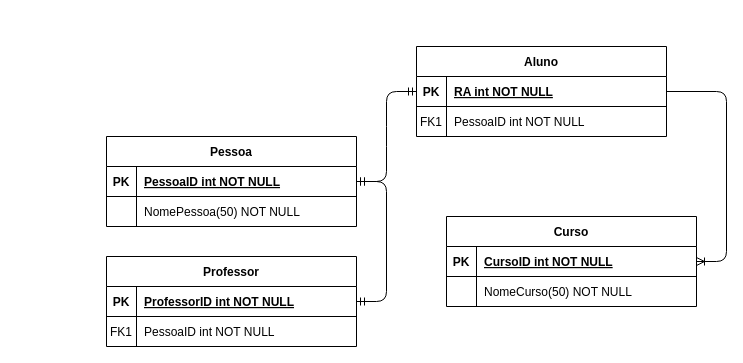
The draw.io diagram Untitled Diagram.drawio in rogerbcruz/desafio, before the edit. Source tidied: cells renumbered, new cells numbered last; positions are measured from the earlier drawing's top-left corner, leaving out a move shared by most shapes. Both pictures are drawn from the tidied source at 100%, with x=0, y=0 at pixel (106, 46).
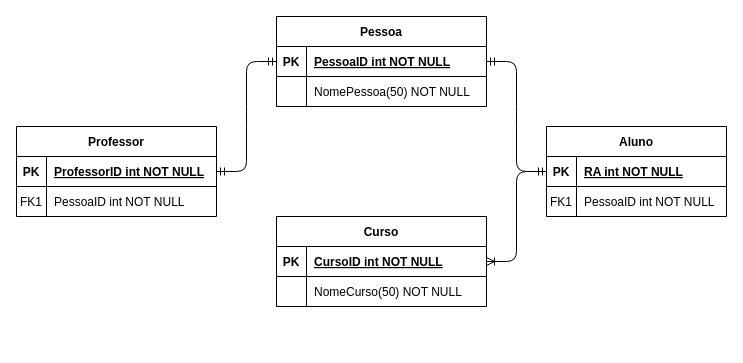
The same diagram, later.

The edit, as a diff of the source:
```diff
@@
     <mxCell id="2" value="Aluno" style="shape=table;startSize=30;childLayout=tableLayout;rowLines=0;fontStyle=1;align=center;" parent="1" vertex="1">
-      <mxGeometry x="310" width="250" height="90" as="geometry" />
+      <mxGeometry x="440" y="80" width="180" height="90" as="geometry" />
     </mxCell>
     <mxCell id="3" style="shape=partialRectangle;fillColor=none;points=[[0,0.5],[1,0.5]];portConstraint=eastwest;top=0;left=0;right=0;bottom=1;" parent="2" vertex="1">
-      <mxGeometry y="30" width="250" height="30" as="geometry" />
+      <mxGeometry y="30" width="180" height="30" as="geometry" />
     </mxCell>
@@
     <mxCell id="5" value="RA int NOT NULL" style="shape=partialRectangle;overflow=hidden;fillColor=none;top=0;left=0;bottom=0;right=0;align=left;spacingLeft=6;fontStyle=5;" parent="3" vertex="1">
-      <mxGeometry x="30" width="220" height="30" as="geometry" />
+      <mxGeometry x="30" width="150" height="30" as="geometry" />
     </mxCell>
     <mxCell id="6" style="shape=partialRectangle;fillColor=none;top=0;left=0;right=0;bottom=0;" parent="2" vertex="1">
-      <mxGeometry y="60" width="250" height="30" as="geometry" />
+      <mxGeometry y="60" width="180" height="30" as="geometry" />
     </mxCell>
@@
     <mxCell id="8" value="PessoaID int NOT NULL" style="shape=partialRectangle;overflow=hidden;fillColor=none;top=0;left=0;bottom=0;right=0;align=left;spacingLeft=6;" parent="6" vertex="1">
-      <mxGeometry x="30" width="220" height="30" as="geometry" />
+      <mxGeometry x="30" width="150" height="30" as="geometry" />
     </mxCell>
     <mxCell id="9" value="Professor" style="shape=table;startSize=30;childLayout=tableLayout;rowLines=0;fontStyle=1;align=center;" parent="1" vertex="1">
-      <mxGeometry y="210" width="250" height="90" as="geometry" />
+      <mxGeometry x="-90" y="80" width="200" height="90" as="geometry" />
     </mxCell>
     <mxCell id="10" style="shape=partialRectangle;fillColor=none;points=[[0,0.5],[1,0.5]];portConstraint=eastwest;top=0;left=0;right=0;bottom=1;" parent="9" vertex="1">
-      <mxGeometry y="30" width="250" height="30" as="geometry" />
+      <mxGeometry y="30" width="200" height="30" as="geometry" />
     </mxCell>
@@
     <mxCell id="12" value="ProfessorID int NOT NULL" style="shape=partialRectangle;overflow=hidden;fillColor=none;top=0;left=0;bottom=0;right=0;align=left;spacingLeft=6;fontStyle=5;" parent="10" vertex="1">
-      <mxGeometry x="30" width="220" height="30" as="geometry" />
+      <mxGeometry x="30" width="170" height="30" as="geometry" />
     </mxCell>
     <mxCell id="13" style="shape=partialRectangle;fillColor=none;top=0;left=0;right=0;bottom=0;" parent="9" vertex="1">
-      <mxGeometry y="60" width="250" height="30" as="geometry" />
+      <mxGeometry y="60" width="200" height="30" as="geometry" />
     </mxCell>
@@
     <mxCell id="15" value="PessoaID int NOT NULL" style="shape=partialRectangle;overflow=hidden;fillColor=none;top=0;left=0;bottom=0;right=0;align=left;spacingLeft=6;" parent="13" vertex="1">
-      <mxGeometry x="30" width="220" height="30" as="geometry" />
+      <mxGeometry x="30" width="170" height="30" as="geometry" />
     </mxCell>
     <mxCell id="16" value="Pessoa" style="shape=table;startSize=30;childLayout=tableLayout;rowLines=0;fontStyle=1;align=center;" parent="1" vertex="1">
-      <mxGeometry y="90" width="250" height="90" as="geometry" />
+      <mxGeometry x="170" y="-30" width="210" height="90" as="geometry" />
     </mxCell>
     <mxCell id="17" style="shape=partialRectangle;fillColor=none;points=[[0,0.5],[1,0.5]];portConstraint=eastwest;top=0;left=0;right=0;bottom=1;" parent="16" vertex="1">
-      <mxGeometry y="30" width="250" height="30" as="geometry" />
+      <mxGeometry y="30" width="210" height="30" as="geometry" />
     </mxCell>
@@
     <mxCell id="19" value="PessoaID int NOT NULL " style="shape=partialRectangle;overflow=hidden;fillColor=none;top=0;left=0;bottom=0;right=0;align=left;spacingLeft=6;fontStyle=5;" parent="17" vertex="1">
-      <mxGeometry x="30" width="220" height="30" as="geometry" />
+      <mxGeometry x="30" width="180" height="30" as="geometry" />
     </mxCell>
     <mxCell id="20" style="shape=partialRectangle;fillColor=none;top=0;left=0;right=0;bottom=0;" parent="16" vertex="1">
-      <mxGeometry y="60" width="250" height="30" as="geometry" />
+      <mxGeometry y="60" width="210" height="30" as="geometry" />
     </mxCell>
@@
     <mxCell id="22" value="NomePessoa(50) NOT NULL" style="shape=partialRectangle;overflow=hidden;fillColor=none;top=0;left=0;bottom=0;right=0;align=left;spacingLeft=6;" parent="20" vertex="1">
-      <mxGeometry x="30" width="220" height="30" as="geometry" />
+      <mxGeometry x="30" width="180" height="30" as="geometry" />
     </mxCell>
     <mxCell id="23" value="Curso" style="shape=table;startSize=30;childLayout=tableLayout;rowLines=0;fontStyle=1;align=center;" parent="1" vertex="1">
-      <mxGeometry x="340" y="170" width="250" height="90" as="geometry" />
+      <mxGeometry x="170" y="170" width="210" height="90" as="geometry" />
     </mxCell>
     <mxCell id="24" style="shape=partialRectangle;fillColor=none;points=[[0,0.5],[1,0.5]];portConstraint=eastwest;top=0;left=0;right=0;bottom=1;" parent="23" vertex="1">
-      <mxGeometry y="30" width="250" height="30" as="geometry" />
+      <mxGeometry y="30" width="210" height="30" as="geometry" />
     </mxCell>
@@
     <mxCell id="26" value="CursoID int NOT NULL " style="shape=partialRectangle;overflow=hidden;fillColor=none;top=0;left=0;bottom=0;right=0;align=left;spacingLeft=6;fontStyle=5;" parent="24" vertex="1">
-      <mxGeometry x="30" width="220" height="30" as="geometry" />
+      <mxGeometry x="30" width="180" height="30" as="geometry" />
     </mxCell>
     <mxCell id="27" style="shape=partialRectangle;fillColor=none;top=0;left=0;right=0;bottom=0;" parent="23" vertex="1">
-      <mxGeometry y="60" width="250" height="30" as="geometry" />
+      <mxGeometry y="60" width="210" height="30" as="geometry" />
     </mxCell>
@@
     <mxCell id="29" value="NomeCurso(50) NOT NULL" style="shape=partialRectangle;overflow=hidden;fillColor=none;top=0;left=0;bottom=0;right=0;align=left;spacingLeft=6;" parent="27" vertex="1">
-      <mxGeometry x="30" width="220" height="30" as="geometry" />
+      <mxGeometry x="30" width="180" height="30" as="geometry" />
     </mxCell>
@@
-    <mxCell id="32" style="edgeStyle=entityRelationEdgeStyle;fontSize=12;html=1;endArrow=ERoneToMany;exitX=1;exitY=0.5;exitDx=0;exitDy=0;" parent="1" edge="1" source="3" target="24">
+    <mxCell id="32" style="edgeStyle=entityRelationEdgeStyle;fontSize=12;html=1;endArrow=ERoneToMany;" parent="1" edge="1" source="3" target="24">
       <mxGeometry relative="1" as="geometry" />
     </mxCell>
```
